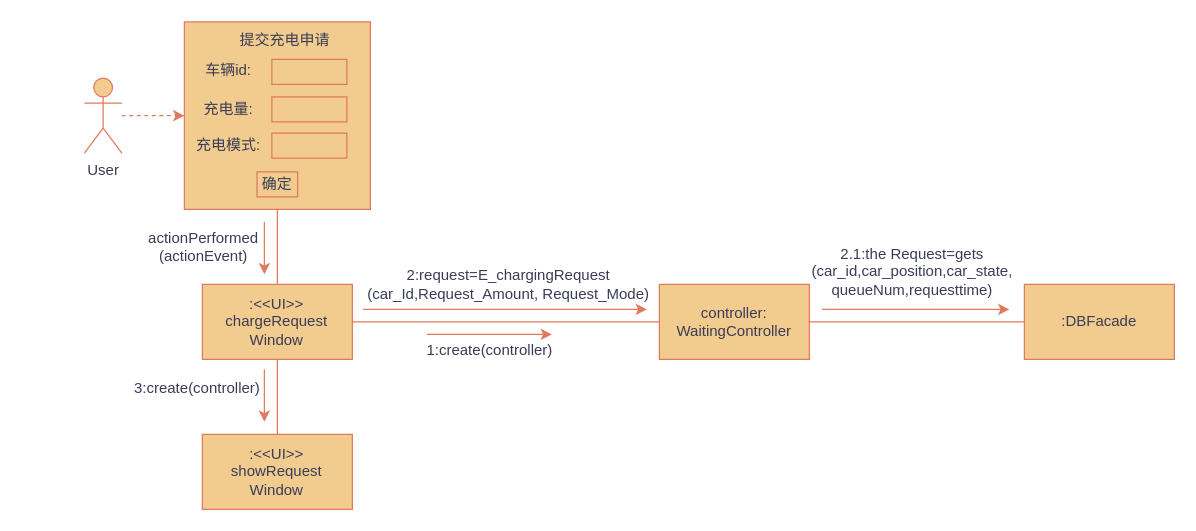
Before: 2.1.2.drawio in uk-pk-mkk/OOD-UML, a draw.io diagram. Source tidied: cells renumbered, new cells numbered last; positions are measured from the earlier drawing's top-left corner, leaving out a move shared by most shapes. Both pictures are drawn from the tidied source at 125%, with x=0, y=0 at pixel (84, 21).
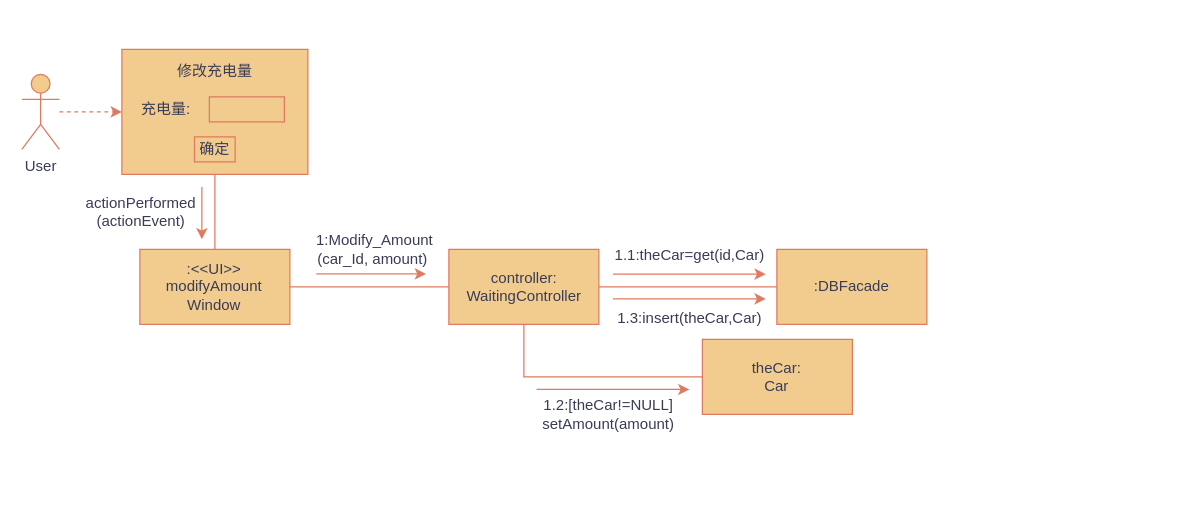
After the change.

What changed in the source:
```diff
@@
     <mxCell id="2" value="User" style="shape=umlActor;verticalLabelPosition=bottom;verticalAlign=top;html=1;rounded=0;labelBackgroundColor=none;fillColor=#F2CC8F;strokeColor=#E07A5F;fontColor=#393C56;" parent="1" vertex="1">
-      <mxGeometry y="45" width="30" height="60" as="geometry" />
+      <mxGeometry x="-50" y="42" width="30" height="60" as="geometry" />
     </mxCell>
-    <mxCell id="3" style="edgeStyle=orthogonalEdgeStyle;rounded=0;jettySize=auto;html=1;exitX=0.5;exitY=1;exitDx=0;exitDy=0;entryX=0.5;entryY=0;entryDx=0;entryDy=0;endArrow=none;startFill=0;labelBackgroundColor=none;strokeColor=#E07A5F;fontColor=default;" parent="1" edge="1" source="4" target="17">
-      <mxGeometry relative="1" as="geometry" />
-    </mxCell>
-    <mxCell id="4" value=":&amp;lt;&amp;lt;UI&amp;gt;&amp;gt;&lt;div&gt;chargeRequest&lt;div&gt;Window&lt;/div&gt;&lt;/div&gt;" style="rounded=0;whiteSpace=wrap;html=1;labelBackgroundColor=none;fillColor=#F2CC8F;strokeColor=#E07A5F;fontColor=#393C56;" parent="1" vertex="1">
-      <mxGeometry x="94.4" y="210" width="120" height="60" as="geometry" />
+    <mxCell id="4" value=":&amp;lt;&amp;lt;UI&amp;gt;&amp;gt;&lt;div&gt;modifyAmount&lt;/div&gt;&lt;div&gt;Window&lt;/div&gt;" style="rounded=0;whiteSpace=wrap;html=1;labelBackgroundColor=none;fillColor=#F2CC8F;strokeColor=#E07A5F;fontColor=#393C56;" parent="1" vertex="1">
+      <mxGeometry x="44.4" y="182" width="120" height="60" as="geometry" />
     </mxCell>
     <mxCell id="5" style="rounded=0;whiteSpace=wrap;html=1;labelBackgroundColor=none;fillColor=#F2CC8F;strokeColor=#E07A5F;fontColor=#393C56;" parent="1" vertex="1">
-      <mxGeometry x="80" width="148.8" height="150" as="geometry" />
+      <mxGeometry x="30" y="22" width="148.8" height="100" as="geometry" />
     </mxCell>
@@
-    <mxCell id="7" style="rounded=0;whiteSpace=wrap;html=1;labelBackgroundColor=none;fillColor=#F2CC8F;strokeColor=#E07A5F;fontColor=#393C56;" parent="1" vertex="1">
-      <mxGeometry x="150" y="30" width="60" height="20" as="geometry" />
-    </mxCell>
     <mxCell id="8" style="rounded=0;whiteSpace=wrap;html=1;labelBackgroundColor=none;fillColor=#F2CC8F;strokeColor=#E07A5F;fontColor=#393C56;" parent="1" vertex="1">
-      <mxGeometry x="150" y="60" width="60" height="20" as="geometry" />
+      <mxGeometry x="100" y="60" width="60" height="20" as="geometry" />
     </mxCell>
-    <mxCell id="9" style="rounded=0;whiteSpace=wrap;html=1;labelBackgroundColor=none;fillColor=#F2CC8F;strokeColor=#E07A5F;fontColor=#393C56;" parent="1" vertex="1">
-      <mxGeometry x="150" y="89" width="60" height="20" as="geometry" />
-    </mxCell>
-    <mxCell id="10" value="提交充电申请" style="text;html=1;align=center;verticalAlign=middle;strokeColor=none;fillColor=none;rounded=0;labelBackgroundColor=none;fontColor=#393C56;" parent="1" vertex="1">
-      <mxGeometry x="110" width="100" height="30" as="geometry" />
+    <mxCell id="10" value="修改充电量" style="text;html=1;align=center;verticalAlign=middle;strokeColor=none;fillColor=none;rounded=0;labelBackgroundColor=none;fontColor=#393C56;" parent="1" vertex="1">
+      <mxGeometry x="64.4" y="25" width="80" height="30" as="geometry" />
     </mxCell>
-    <mxCell id="11" value="车辆id:" style="text;html=1;align=center;verticalAlign=middle;strokeColor=none;fillColor=none;rounded=0;labelBackgroundColor=none;fontColor=#393C56;" parent="1" vertex="1">
-      <mxGeometry x="85" y="24" width="60" height="30" as="geometry" />
-    </mxCell>
     <mxCell id="12" value="充电量:" style="text;html=1;align=center;verticalAlign=middle;strokeColor=none;fillColor=none;rounded=0;labelBackgroundColor=none;fontColor=#393C56;" parent="1" vertex="1">
-      <mxGeometry x="85" y="55" width="60" height="30" as="geometry" />
+      <mxGeometry x="35" y="55" width="60" height="30" as="geometry" />
     </mxCell>
-    <mxCell id="13" value="充电模式:" style="text;html=1;align=center;verticalAlign=middle;strokeColor=none;fillColor=none;rounded=0;labelBackgroundColor=none;fontColor=#393C56;" parent="1" vertex="1">
-      <mxGeometry x="80" y="84" width="70" height="30" as="geometry" />
-    </mxCell>
     <mxCell id="14" value="确定" style="rounded=0;whiteSpace=wrap;html=1;labelBackgroundColor=none;fillColor=#F2CC8F;strokeColor=#E07A5F;fontColor=#393C56;" parent="1" vertex="1">
-      <mxGeometry x="138.1" y="120" width="32.5" height="20" as="geometry" />
+      <mxGeometry x="88.1" y="92" width="32.5" height="20" as="geometry" />
     </mxCell>
@@
     <mxCell id="16" value="actionPerformed&lt;div&gt;(actionEvent)&lt;/div&gt;" style="text;html=1;align=center;verticalAlign=middle;strokeColor=none;fillColor=none;rounded=0;labelBackgroundColor=none;fontColor=#393C56;" parent="1" vertex="1">
-      <mxGeometry x="40" y="160" width="110" height="40" as="geometry" />
+      <mxGeometry x="-10" y="132" width="110" height="40" as="geometry" />
     </mxCell>
-    <mxCell id="17" value=":&amp;lt;&amp;lt;UI&amp;gt;&amp;gt;&lt;div&gt;showRequest&lt;div&gt;Window&lt;/div&gt;&lt;/div&gt;" style="rounded=0;whiteSpace=wrap;html=1;labelBackgroundColor=none;fillColor=#F2CC8F;strokeColor=#E07A5F;fontColor=#393C56;" parent="1" vertex="1">
-      <mxGeometry x="94.4" y="330" width="120" height="60" as="geometry" />
+    <mxCell id="17" value="theCar:&lt;div&gt;Car&lt;/div&gt;" style="rounded=0;whiteSpace=wrap;html=1;labelBackgroundColor=none;fillColor=#F2CC8F;strokeColor=#E07A5F;fontColor=#393C56;" parent="1" vertex="1">
+      <mxGeometry x="494.4" y="254" width="120" height="60" as="geometry" />
     </mxCell>
-    <mxCell id="18" value="3:create(controller)" style="text;html=1;align=center;verticalAlign=middle;strokeColor=none;fillColor=none;rounded=0;labelBackgroundColor=none;fontColor=#393C56;" parent="1" vertex="1">
-      <mxGeometry x="30" y="278" width="120" height="30" as="geometry" />
-    </mxCell>
@@
     <mxCell id="20" value="controller:&lt;br&gt;WaitingController" style="rounded=0;whiteSpace=wrap;html=1;labelBackgroundColor=none;fillColor=#F2CC8F;strokeColor=#E07A5F;fontColor=#393C56;" parent="1" vertex="1">
-      <mxGeometry x="460" y="210" width="120" height="60" as="geometry" />
+      <mxGeometry x="291.6" y="182" width="120" height="60" as="geometry" />
     </mxCell>
     <mxCell id="21" value=":DBFacade" style="rounded=0;whiteSpace=wrap;html=1;labelBackgroundColor=none;fillColor=#F2CC8F;strokeColor=#E07A5F;fontColor=#393C56;" parent="1" vertex="1">
-      <mxGeometry x="752" y="210" width="120" height="60" as="geometry" />
+      <mxGeometry x="554" y="182" width="120" height="60" as="geometry" />
     </mxCell>
-    <mxCell id="22" style="endArrow=none;html=1;rounded=0;entryX=1;entryY=0.5;entryDx=0;entryDy=0;exitX=0;exitY=0.5;exitDx=0;exitDy=0;labelBackgroundColor=none;strokeColor=#E07A5F;fontColor=default;" parent="1" edge="1" source="20" target="4">
-      <mxGeometry relative="1" as="geometry" />
+    <mxCell id="22" style="endArrow=none;html=1;rounded=0;exitX=0;exitY=0.5;exitDx=0;exitDy=0;labelBackgroundColor=none;strokeColor=#E07A5F;fontColor=default;" parent="1" edge="1" source="20">
+      <mxGeometry relative="1" as="geometry">
+        <mxPoint x="164" y="212" as="targetPoint" />
+      </mxGeometry>
     </mxCell>
-    <mxCell id="23" value="1:create(controller)" style="text;html=1;align=center;verticalAlign=middle;strokeColor=none;fillColor=none;rounded=0;labelBackgroundColor=none;fontColor=#393C56;" parent="1" vertex="1">
-      <mxGeometry x="264" y="248" width="120" height="30" as="geometry" />
+    <mxCell id="23" value="1.3:insert(theCar,Car)" style="text;html=1;align=center;verticalAlign=middle;strokeColor=none;fillColor=none;rounded=0;labelBackgroundColor=none;fontColor=#393C56;" parent="1" vertex="1">
+      <mxGeometry x="414" y="222" width="140" height="30" as="geometry" />
     </mxCell>
-    <mxCell id="24" value="2.1:the Request=gets&lt;div&gt;(car_id,car_position,car_state,&lt;/div&gt;&lt;div&gt;queueNum,requesttime)&lt;/div&gt;" style="text;html=1;align=center;verticalAlign=middle;strokeColor=none;fillColor=none;rounded=0;labelBackgroundColor=none;fontColor=#393C56;" parent="1" vertex="1">
-      <mxGeometry x="572" y="170" width="180" height="60" as="geometry" />
+    <mxCell id="24" value="1.1:theCar=get(id,Car)" style="text;html=1;align=center;verticalAlign=middle;strokeColor=none;fillColor=none;rounded=0;labelBackgroundColor=none;fontColor=#393C56;" parent="1" vertex="1">
+      <mxGeometry x="414" y="172" width="140" height="30" as="geometry" />
     </mxCell>
-    <mxCell id="25" value="2:request=E_chargingRequest&lt;div&gt;(car_Id,Request_Amount, Request_Mode)&lt;/div&gt;" style="text;html=1;align=center;verticalAlign=middle;strokeColor=none;fillColor=none;fontColor=#393C56;labelBackgroundColor=none;" parent="1" vertex="1">
-      <mxGeometry x="214.4" y="190" width="250" height="40" as="geometry" />
+    <mxCell id="25" value="1:Modify_Amount&lt;div&gt;(car_Id, amount)&amp;nbsp;&lt;/div&gt;" style="text;html=1;align=center;verticalAlign=middle;strokeColor=none;fillColor=none;fontColor=#393C56;labelBackgroundColor=none;" parent="1" vertex="1">
+      <mxGeometry x="171.6" y="161.6" width="120" height="40" as="geometry" />
     </mxCell>
-    <mxCell id="26" style="endArrow=classic;html=1;rounded=0;labelBackgroundColor=none;strokeColor=#E07A5F;fontColor=default;" parent="1" edge="1">
+    <mxCell id="26" style="endArrow=classic;html=1;rounded=0;labelBackgroundColor=none;strokeColor=#E07A5F;fontColor=default;exitX=0.099;exitY=-0.003;exitDx=0;exitDy=0;exitPerimeter=0;" parent="1" edge="1">
       <mxGeometry relative="1" as="geometry">
-        <mxPoint x="274" y="250" as="sourcePoint" />
-        <mxPoint x="374" y="250" as="targetPoint" />
+        <mxPoint x="422.9" y="201.7" as="sourcePoint" />
+        <mxPoint x="545.1" y="201.8" as="targetPoint" />
       </mxGeometry>
     </mxCell>
     <mxCell id="27" style="endArrow=classic;html=1;rounded=0;labelBackgroundColor=none;strokeColor=#E07A5F;fontColor=default;" parent="1" edge="1">
       <mxGeometry relative="1" as="geometry">
-        <mxPoint x="223" y="230" as="sourcePoint" />
-        <mxPoint x="450" y="230" as="targetPoint" />
+        <mxPoint x="185.6" y="201.6" as="sourcePoint" />
+        <mxPoint x="273.3" y="201.6" as="targetPoint" />
       </mxGeometry>
     </mxCell>
-    <mxCell id="28" style="endArrow=classic;html=1;rounded=0;labelBackgroundColor=none;strokeColor=#E07A5F;fontColor=default;" parent="1" edge="1">
-      <mxGeometry relative="1" as="geometry">
-        <mxPoint x="590" y="230" as="sourcePoint" />
-        <mxPoint x="740" y="230" as="targetPoint" />
-      </mxGeometry>
-    </mxCell>
-    <mxCell id="29" style="endArrow=classic;html=1;rounded=0;labelBackgroundColor=none;strokeColor=#E07A5F;fontColor=default;" parent="1" edge="1">
-      <mxGeometry relative="1" as="geometry">
-        <mxPoint x="144" y="278" as="sourcePoint" />
-        <mxPoint x="144" y="320" as="targetPoint" />
-      </mxGeometry>
-    </mxCell>
     <mxCell id="30" style="endArrow=classic;html=1;rounded=0;labelBackgroundColor=none;strokeColor=#E07A5F;fontColor=default;" parent="1" edge="1">
       <mxGeometry relative="1" as="geometry">
-        <mxPoint x="144" y="160" as="sourcePoint" />
-        <mxPoint x="144" y="202" as="targetPoint" />
+        <mxPoint x="94" y="132" as="sourcePoint" />
+        <mxPoint x="94" y="174" as="targetPoint" />
       </mxGeometry>
     </mxCell>
+    <mxCell id="31" style="endArrow=none;html=1;rounded=0;entryX=0;entryY=0.5;entryDx=0;entryDy=0;labelBackgroundColor=none;strokeColor=#E07A5F;fontColor=default;exitX=0.5;exitY=1;exitDx=0;exitDy=0;" parent="1" edge="1" source="20" target="17">
+      <mxGeometry relative="1" as="geometry">
+        <Array as="points">
+          <mxPoint x="351.6" y="284" />
+        </Array>
+      </mxGeometry>
+    </mxCell>
+    <mxCell id="32" value="1.2:[theCar!=NULL]&lt;div&gt;setAmount(amount)&lt;/div&gt;" style="text;html=1;align=center;verticalAlign=middle;strokeColor=none;fillColor=none;rounded=0;labelBackgroundColor=none;fontColor=#393C56;" parent="1" vertex="1">
+      <mxGeometry x="354" y="294" width="130" height="40" as="geometry" />
+    </mxCell>
+    <mxCell id="33" style="endArrow=classic;html=1;rounded=0;labelBackgroundColor=none;strokeColor=#E07A5F;fontColor=default;exitX=0.099;exitY=-0.003;exitDx=0;exitDy=0;exitPerimeter=0;" parent="1" edge="1">
+      <mxGeometry relative="1" as="geometry">
+        <mxPoint x="361.8" y="294" as="sourcePoint" />
+        <mxPoint x="484" y="294.1" as="targetPoint" />
+      </mxGeometry>
+    </mxCell>
+    <mxCell id="34" style="endArrow=classic;html=1;rounded=0;labelBackgroundColor=none;strokeColor=#E07A5F;fontColor=default;exitX=0.099;exitY=-0.003;exitDx=0;exitDy=0;exitPerimeter=0;" parent="1" edge="1">
+      <mxGeometry relative="1" as="geometry">
+        <mxPoint x="422.9" y="221.5" as="sourcePoint" />
+        <mxPoint x="545.1" y="221.6" as="targetPoint" />
+      </mxGeometry>
+    </mxCell>
```
